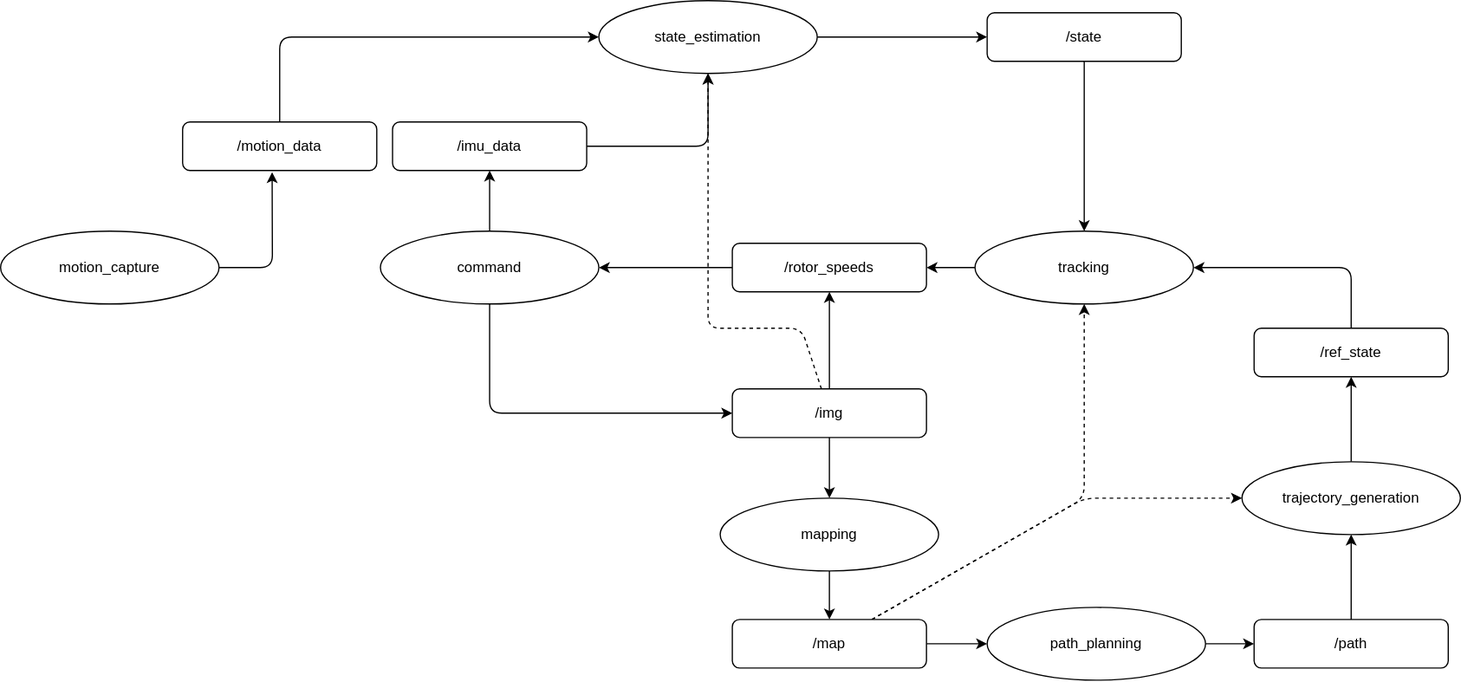
Earlier version of the draw.io export media/system_real.svg (ZeinBarhoum/quadrotor-stack). Source tidied: cells renumbered, new cells last; positions are measured from the earlier drawing's top-left corner, leaving out a move shared by most shapes. The source it was exported from:
```xml
<mxGraphModel>
  <root>
    <mxCell id="0" />
    <mxCell id="1" parent="0" />
    <mxCell id="2" style="edgeStyle=none;html=1;entryX=0.5;entryY=0;entryDx=0;entryDy=0;" parent="1" edge="1" source="3" target="23">
      <mxGeometry relative="1" as="geometry">
        <Array as="points">
          <mxPoint x="893" y="110" />
        </Array>
      </mxGeometry>
    </mxCell>
    <mxCell id="3" value="/state" style="rounded=1;whiteSpace=wrap;html=1;" parent="1" vertex="1">
      <mxGeometry x="813" y="10" width="160" height="40" as="geometry" />
    </mxCell>
    <mxCell id="4" style="edgeStyle=none;html=1;" parent="1" edge="1" source="7" target="9">
      <mxGeometry relative="1" as="geometry" />
    </mxCell>
    <mxCell id="5" style="edgeStyle=none;html=1;" parent="1" edge="1" source="7" target="25">
      <mxGeometry relative="1" as="geometry" />
    </mxCell>
    <mxCell id="6" style="edgeStyle=none;html=1;entryX=0.5;entryY=1;entryDx=0;entryDy=0;dashed=1;" parent="1" edge="1" source="7" target="27">
      <mxGeometry relative="1" as="geometry">
        <Array as="points">
          <mxPoint x="660" y="270" />
          <mxPoint x="583" y="270" />
        </Array>
      </mxGeometry>
    </mxCell>
    <mxCell id="7" value="/img" style="rounded=1;whiteSpace=wrap;html=1;" parent="1" vertex="1">
      <mxGeometry x="603" y="320" width="160" height="40" as="geometry" />
    </mxCell>
    <mxCell id="8" style="edgeStyle=none;html=1;" parent="1" edge="1" source="9" target="13">
      <mxGeometry relative="1" as="geometry" />
    </mxCell>
    <mxCell id="9" value="mapping" style="ellipse;whiteSpace=wrap;html=1;" parent="1" vertex="1">
      <mxGeometry x="593" y="410" width="180" height="60" as="geometry" />
    </mxCell>
    <mxCell id="10" style="edgeStyle=none;html=1;" parent="1" edge="1" source="13" target="15">
      <mxGeometry relative="1" as="geometry" />
    </mxCell>
    <mxCell id="11" style="edgeStyle=none;html=1;entryX=0.5;entryY=1;entryDx=0;entryDy=0;dashed=1;" parent="1" edge="1" source="13" target="23">
      <mxGeometry relative="1" as="geometry">
        <Array as="points">
          <mxPoint x="893" y="410" />
        </Array>
      </mxGeometry>
    </mxCell>
    <mxCell id="12" style="edgeStyle=none;html=1;entryX=0;entryY=0.5;entryDx=0;entryDy=0;dashed=1;" parent="1" edge="1" source="13" target="19">
      <mxGeometry relative="1" as="geometry">
        <Array as="points">
          <mxPoint x="893" y="410" />
        </Array>
      </mxGeometry>
    </mxCell>
    <mxCell id="13" value="/map" style="rounded=1;whiteSpace=wrap;html=1;" parent="1" vertex="1">
      <mxGeometry x="603" y="510" width="160" height="40" as="geometry" />
    </mxCell>
    <mxCell id="14" style="edgeStyle=none;html=1;" parent="1" edge="1" source="15" target="17">
      <mxGeometry relative="1" as="geometry" />
    </mxCell>
    <mxCell id="15" value="path_planning" style="ellipse;whiteSpace=wrap;html=1;" parent="1" vertex="1">
      <mxGeometry x="813" y="500" width="180" height="60" as="geometry" />
    </mxCell>
    <mxCell id="16" style="edgeStyle=none;html=1;" parent="1" edge="1" source="17" target="19">
      <mxGeometry relative="1" as="geometry" />
    </mxCell>
    <mxCell id="17" value="/path" style="rounded=1;whiteSpace=wrap;html=1;" parent="1" vertex="1">
      <mxGeometry x="1033" y="510" width="160" height="40" as="geometry" />
    </mxCell>
    <mxCell id="18" style="edgeStyle=none;html=1;" parent="1" edge="1" source="19" target="21">
      <mxGeometry relative="1" as="geometry" />
    </mxCell>
    <mxCell id="19" value="trajectory_generation" style="ellipse;whiteSpace=wrap;html=1;" parent="1" vertex="1">
      <mxGeometry x="1023" y="380" width="180" height="60" as="geometry" />
    </mxCell>
    <mxCell id="20" style="edgeStyle=none;html=1;entryX=1;entryY=0.5;entryDx=0;entryDy=0;" parent="1" edge="1" source="21" target="23">
      <mxGeometry relative="1" as="geometry">
        <Array as="points">
          <mxPoint x="1113" y="220" />
        </Array>
      </mxGeometry>
    </mxCell>
    <mxCell id="21" value="/ref_state" style="rounded=1;whiteSpace=wrap;html=1;" parent="1" vertex="1">
      <mxGeometry x="1033" y="270" width="160" height="40" as="geometry" />
    </mxCell>
    <mxCell id="22" style="edgeStyle=none;html=1;" parent="1" edge="1" source="23" target="25">
      <mxGeometry relative="1" as="geometry" />
    </mxCell>
    <mxCell id="23" value="tracking" style="ellipse;whiteSpace=wrap;html=1;" parent="1" vertex="1">
      <mxGeometry x="803" y="190" width="180" height="60" as="geometry" />
    </mxCell>
    <mxCell id="24" style="edgeStyle=none;html=1;entryX=1;entryY=0.5;entryDx=0;entryDy=0;" parent="1" edge="1" source="25" target="32">
      <mxGeometry relative="1" as="geometry" />
    </mxCell>
    <mxCell id="25" value="/rotor_speeds" style="rounded=1;whiteSpace=wrap;html=1;" parent="1" vertex="1">
      <mxGeometry x="603" y="200" width="160" height="40" as="geometry" />
    </mxCell>
    <mxCell id="26" style="edgeStyle=none;html=1;" parent="1" edge="1" source="27" target="3">
      <mxGeometry relative="1" as="geometry" />
    </mxCell>
    <mxCell id="27" value="state_estimation" style="ellipse;whiteSpace=wrap;html=1;" parent="1" vertex="1">
      <mxGeometry x="493" width="180" height="60" as="geometry" />
    </mxCell>
    <mxCell id="28" style="edgeStyle=none;html=1;entryX=0.461;entryY=1.034;entryDx=0;entryDy=0;entryPerimeter=0;" parent="1" edge="1" source="29" target="34">
      <mxGeometry relative="1" as="geometry">
        <Array as="points">
          <mxPoint x="224" y="220" />
        </Array>
      </mxGeometry>
    </mxCell>
    <mxCell id="29" value="motion_capture" style="ellipse;whiteSpace=wrap;html=1;" parent="1" vertex="1">
      <mxGeometry y="190" width="180" height="60" as="geometry" />
    </mxCell>
    <mxCell id="30" style="edgeStyle=none;html=1;entryX=0;entryY=0.5;entryDx=0;entryDy=0;" parent="1" edge="1" source="32" target="7">
      <mxGeometry relative="1" as="geometry">
        <Array as="points">
          <mxPoint x="403" y="340" />
        </Array>
      </mxGeometry>
    </mxCell>
    <mxCell id="31" style="edgeStyle=none;html=1;" parent="1" edge="1" source="32" target="36">
      <mxGeometry relative="1" as="geometry" />
    </mxCell>
    <mxCell id="32" value="command" style="ellipse;whiteSpace=wrap;html=1;" parent="1" vertex="1">
      <mxGeometry x="313" y="190" width="180" height="60" as="geometry" />
    </mxCell>
    <mxCell id="33" style="edgeStyle=none;html=1;entryX=0;entryY=0.5;entryDx=0;entryDy=0;" parent="1" edge="1" source="34" target="27">
      <mxGeometry relative="1" as="geometry">
        <Array as="points">
          <mxPoint x="230" y="30" />
        </Array>
      </mxGeometry>
    </mxCell>
    <mxCell id="34" value="/motion_data" style="rounded=1;whiteSpace=wrap;html=1;" parent="1" vertex="1">
      <mxGeometry x="150" y="100" width="160" height="40" as="geometry" />
    </mxCell>
    <mxCell id="35" style="edgeStyle=none;html=1;entryX=0.5;entryY=1;entryDx=0;entryDy=0;" parent="1" edge="1" source="36" target="27">
      <mxGeometry relative="1" as="geometry">
        <Array as="points">
          <mxPoint x="493" y="120" />
          <mxPoint x="583" y="120" />
        </Array>
      </mxGeometry>
    </mxCell>
    <mxCell id="36" value="/imu_data" style="rounded=1;whiteSpace=wrap;html=1;" parent="1" vertex="1">
      <mxGeometry x="323" y="100" width="160" height="40" as="geometry" />
    </mxCell>
  </root>
</mxGraphModel>
```
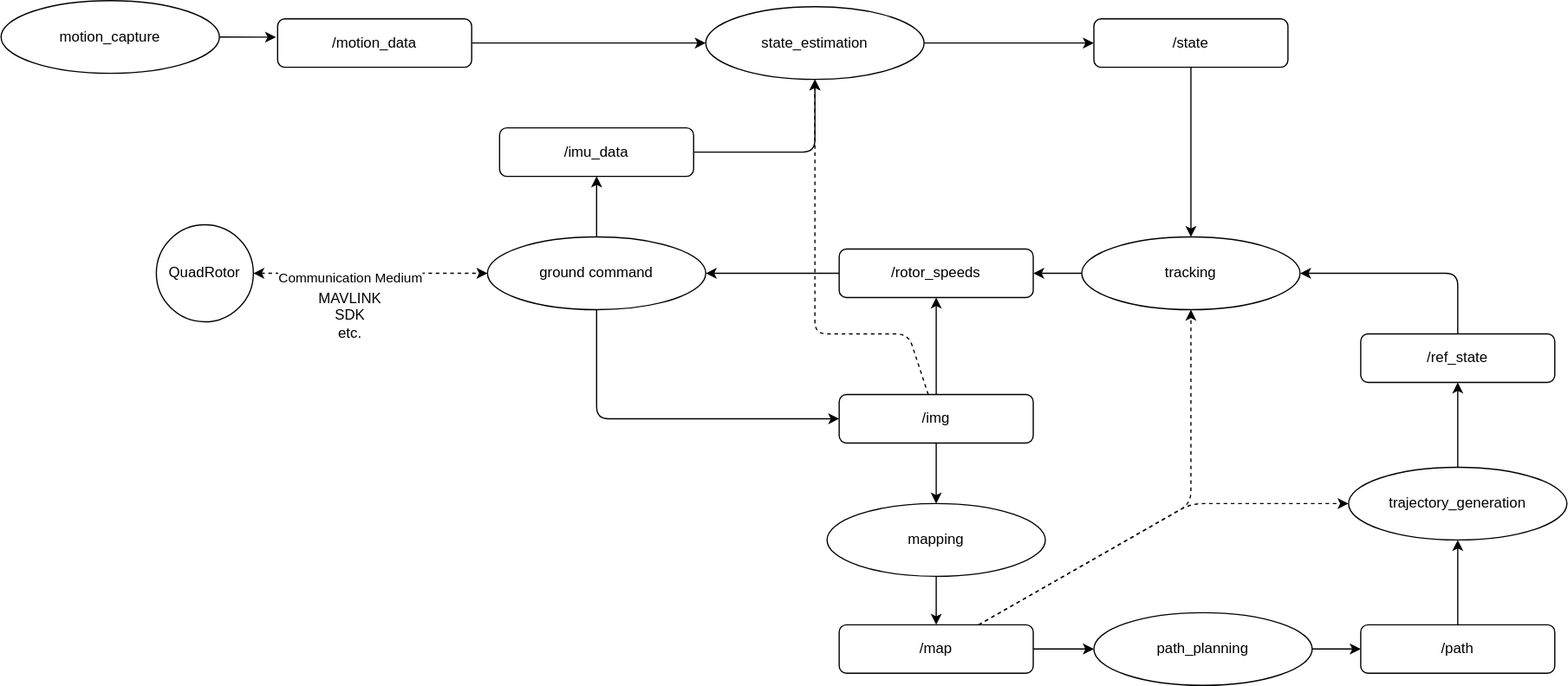
After the change.

Commit message:
Update README - real system diagram

Diff of the diagram source:
```diff
@@ -101,15 +101,11 @@
     <mxCell id="27" value="state_estimation" style="ellipse;whiteSpace=wrap;html=1;" parent="1" vertex="1">
       <mxGeometry x="493" width="180" height="60" as="geometry" />
     </mxCell>
-    <mxCell id="28" style="edgeStyle=none;html=1;entryX=0.461;entryY=1.034;entryDx=0;entryDy=0;entryPerimeter=0;" parent="1" edge="1" source="29" target="34">
-      <mxGeometry relative="1" as="geometry">
-        <Array as="points">
-          <mxPoint x="224" y="220" />
-        </Array>
-      </mxGeometry>
+    <mxCell id="28" style="edgeStyle=none;html=1;entryX=-0.008;entryY=0.38;entryDx=0;entryDy=0;entryPerimeter=0;" parent="1" edge="1" source="29" target="34">
+      <mxGeometry relative="1" as="geometry" />
     </mxCell>
     <mxCell id="29" value="motion_capture" style="ellipse;whiteSpace=wrap;html=1;" parent="1" vertex="1">
-      <mxGeometry y="190" width="180" height="60" as="geometry" />
+      <mxGeometry x="-88" y="-5" width="180" height="60" as="geometry" />
     </mxCell>
     <mxCell id="30" style="edgeStyle=none;html=1;entryX=0;entryY=0.5;entryDx=0;entryDy=0;" parent="1" edge="1" source="32" target="7">
       <mxGeometry relative="1" as="geometry">
@@ -121,18 +117,14 @@
     <mxCell id="31" style="edgeStyle=none;html=1;" parent="1" edge="1" source="32" target="36">
       <mxGeometry relative="1" as="geometry" />
     </mxCell>
-    <mxCell id="32" value="command" style="ellipse;whiteSpace=wrap;html=1;" parent="1" vertex="1">
+    <mxCell id="32" value="ground command" style="ellipse;whiteSpace=wrap;html=1;" parent="1" vertex="1">
       <mxGeometry x="313" y="190" width="180" height="60" as="geometry" />
     </mxCell>
-    <mxCell id="33" style="edgeStyle=none;html=1;entryX=0;entryY=0.5;entryDx=0;entryDy=0;" parent="1" edge="1" source="34" target="27">
-      <mxGeometry relative="1" as="geometry">
-        <Array as="points">
-          <mxPoint x="230" y="30" />
-        </Array>
-      </mxGeometry>
+    <mxCell id="33" style="edgeStyle=none;html=1;entryX=0;entryY=0.5;entryDx=0;entryDy=0;exitX=1;exitY=0.5;exitDx=0;exitDy=0;" parent="1" edge="1" source="34" target="27">
+      <mxGeometry relative="1" as="geometry" />
     </mxCell>
     <mxCell id="34" value="/motion_data" style="rounded=1;whiteSpace=wrap;html=1;" parent="1" vertex="1">
-      <mxGeometry x="150" y="100" width="160" height="40" as="geometry" />
+      <mxGeometry x="140" y="10" width="160" height="40" as="geometry" />
     </mxCell>
     <mxCell id="35" style="edgeStyle=none;html=1;entryX=0.5;entryY=1;entryDx=0;entryDy=0;" parent="1" edge="1" source="36" target="27">
       <mxGeometry relative="1" as="geometry">
@@ -145,5 +137,17 @@
     <mxCell id="36" value="/imu_data" style="rounded=1;whiteSpace=wrap;html=1;" parent="1" vertex="1">
       <mxGeometry x="323" y="100" width="160" height="40" as="geometry" />
     </mxCell>
+    <mxCell id="37" value="QuadRotor" style="ellipse;whiteSpace=wrap;html=1;" parent="1" vertex="1">
+      <mxGeometry x="40" y="180" width="80" height="80" as="geometry" />
+    </mxCell>
+    <mxCell id="38" style="endArrow=classic;dashed=1;html=1;exitX=1;exitY=0.5;exitDx=0;exitDy=0;entryX=0;entryY=0.5;entryDx=0;entryDy=0;startArrow=classic;startFill=1;endFill=1;" parent="1" edge="1" source="37" target="32">
+      <mxGeometry relative="1" as="geometry" />
+    </mxCell>
+    <mxCell id="39" value="Communication Medium" style="edgeLabel;html=1;align=center;verticalAlign=middle;" parent="38" vertex="1">
+      <mxGeometry x="-0.18" y="-3" relative="1" as="geometry" />
+    </mxCell>
+    <mxCell id="40" value="MAVLINK&lt;br&gt;SDK&lt;br&gt;etc." style="text;html=1;strokeColor=none;fillColor=none;align=center;verticalAlign=middle;whiteSpace=wrap;rounded=0;" parent="1" vertex="1">
+      <mxGeometry x="170" y="240" width="60" height="30" as="geometry" />
+    </mxCell>
   </root>
 </mxGraphModel>
```
